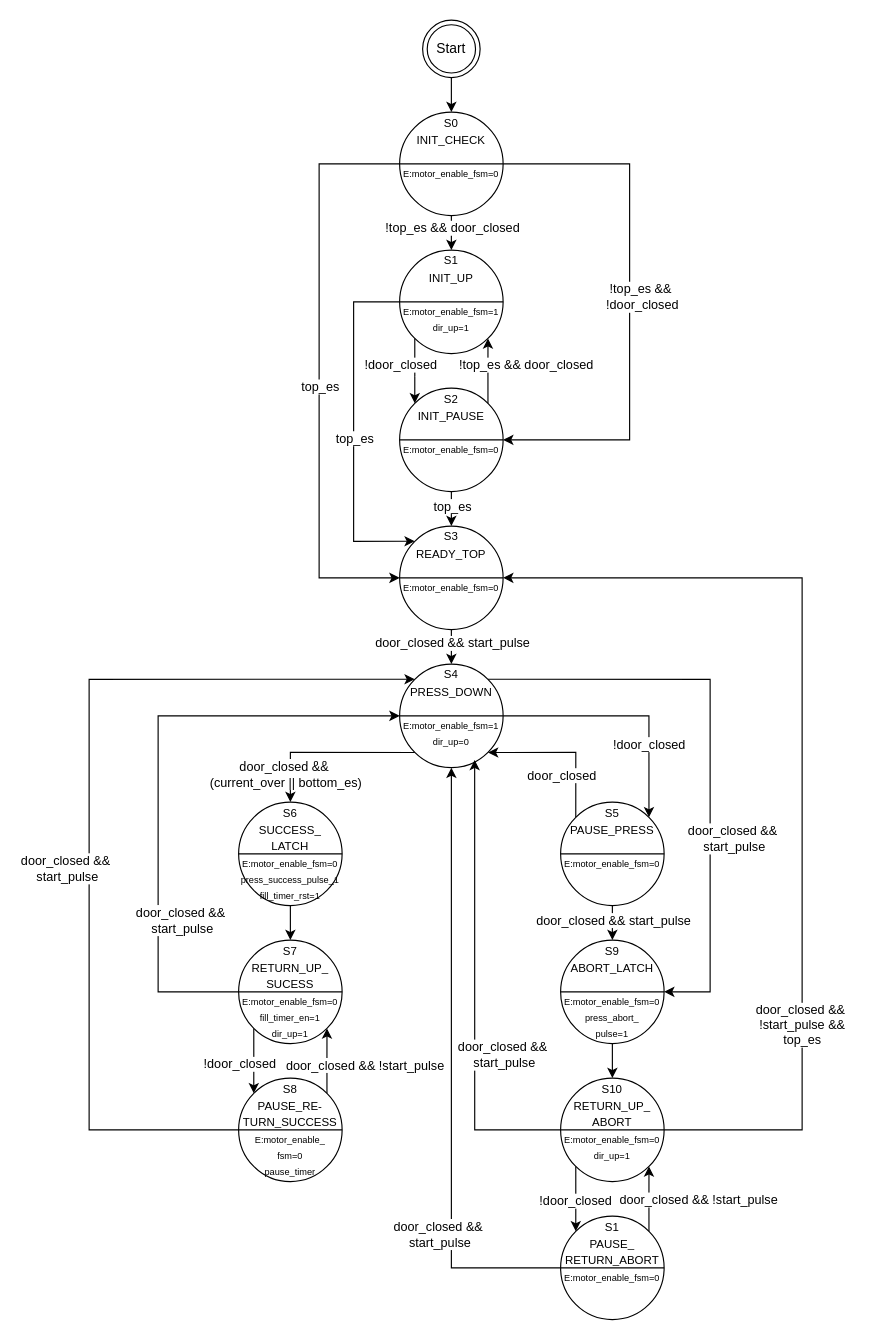
This is diagrams/state diagram Papppresse.drawio from niklasdathe/Papppresse, a draw.io file, before an edit. Source tidied: cells renumbered, new cells numbered last; positions are measured from the earlier drawing's top-left corner, leaving out a move shared by most shapes. Both pictures are drawn from the tidied source at 115%, with x=0, y=0 at pixel (89, 20).
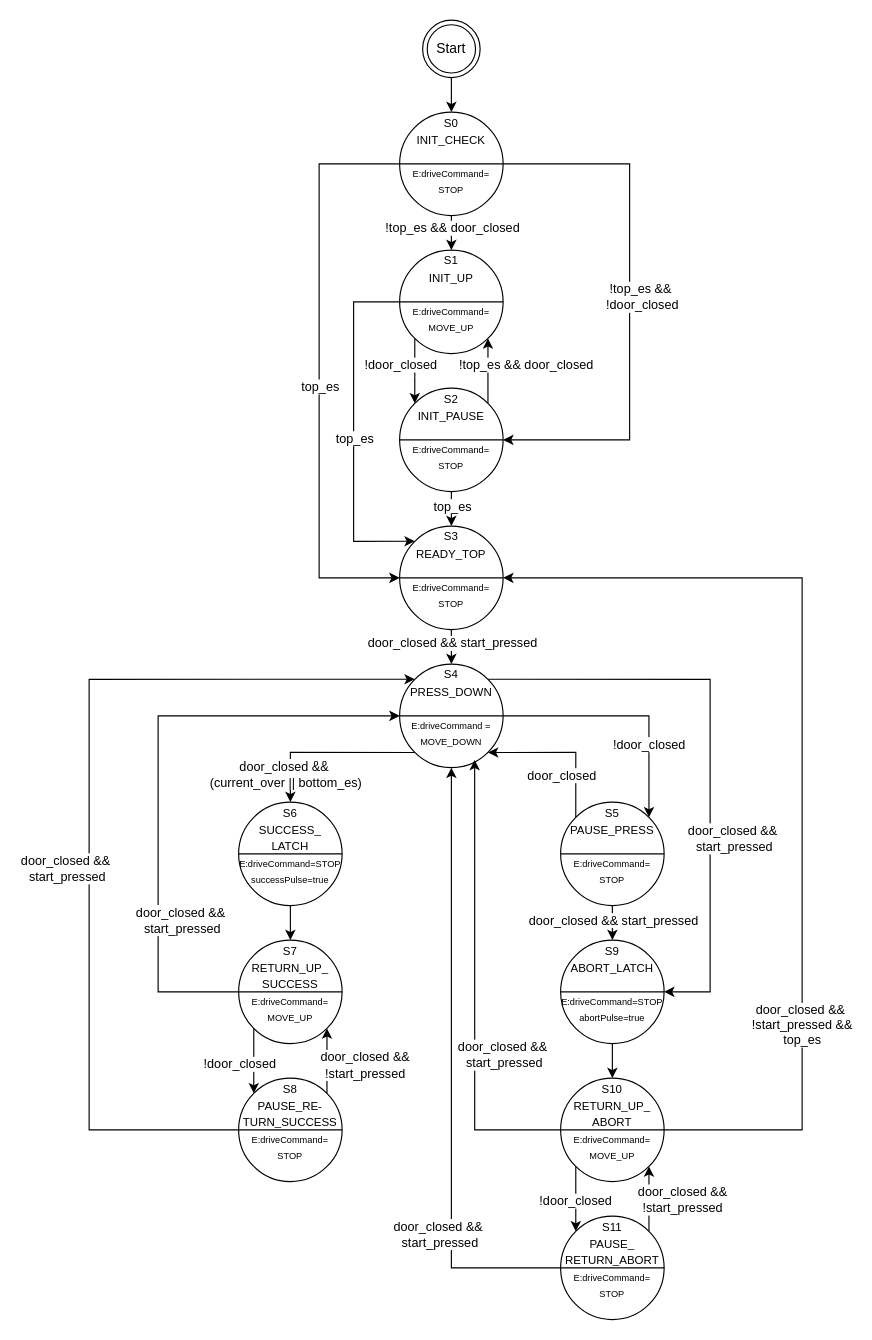
Above is the later version.

Unchanged cells that the change refers to:
```xml
<mxCell id="4" style="group;" parent="1" vertex="1">
  <mxGeometry x="270" y="80" width="90" height="90" as="geometry" />
</mxCell>
<mxCell id="7" style="group;" parent="1" vertex="1">
  <mxGeometry x="270" y="200" width="90" height="90" as="geometry" />
</mxCell>
<mxCell id="12" style="group;" parent="1" vertex="1">
  <mxGeometry x="270" y="320" width="90" height="90" as="geometry" />
</mxCell>
<mxCell id="21" style="group;" parent="1" vertex="1">
  <mxGeometry x="270" y="440" width="90" height="90" as="geometry" />
</mxCell>
<mxCell id="30" style="group;" parent="1" vertex="1">
  <mxGeometry x="270" y="560" width="90" height="90" as="geometry" />
</mxCell>
<mxCell id="33" style="edgeStyle=orthogonalEdgeStyle;rounded=0;jettySize=auto;html=1;exitX=0.5;exitY=1;exitDx=0;exitDy=0;entryX=0.5;entryY=0;entryDx=0;entryDy=0;" parent="1" edge="1" source="22" target="31">
  <mxGeometry relative="1" as="geometry" />
</mxCell>
<mxCell id="35" style="group;" parent="1" vertex="1">
  <mxGeometry x="410" y="680" width="90" height="90" as="geometry" />
</mxCell>
<mxCell id="42" style="group;" parent="1" vertex="1">
  <mxGeometry x="130" y="680" width="90" height="90" as="geometry" />
</mxCell>
<mxCell id="47" style="group;" parent="1" vertex="1">
  <mxGeometry x="130" y="800" width="90" height="90" as="geometry" />
</mxCell>
<mxCell id="51" style="edgeStyle=orthogonalEdgeStyle;rounded=0;jettySize=auto;html=1;exitX=0;exitY=0.5;exitDx=0;exitDy=0;entryX=0;entryY=0.5;entryDx=0;entryDy=0;" parent="1" edge="1" source="48" target="31">
  <mxGeometry relative="1" as="geometry">
    <Array as="points">
      <mxPoint x="60" y="845" />
      <mxPoint x="60" y="605" />
    </Array>
  </mxGeometry>
</mxCell>
<mxCell id="53" style="group;" parent="1" vertex="1">
  <mxGeometry x="130" y="920" width="90" height="90" as="geometry" />
</mxCell>
<mxCell id="58" style="edgeStyle=orthogonalEdgeStyle;rounded=0;jettySize=auto;html=1;exitX=1;exitY=0;exitDx=0;exitDy=0;entryX=1;entryY=1;entryDx=0;entryDy=0;" parent="1" edge="1" source="54" target="48">
  <mxGeometry relative="1" as="geometry" />
</mxCell>
<mxCell id="60" style="edgeStyle=orthogonalEdgeStyle;rounded=0;jettySize=auto;html=1;exitX=0;exitY=0.5;exitDx=0;exitDy=0;entryX=0;entryY=0;entryDx=0;entryDy=0;" parent="1" edge="1" source="54" target="31">
  <mxGeometry relative="1" as="geometry">
    <Array as="points">
      <mxPoint y="965" />
      <mxPoint y="573" />
    </Array>
  </mxGeometry>
</mxCell>
<mxCell id="62" style="group;" parent="1" vertex="1">
  <mxGeometry x="410" y="800" width="90" height="90" as="geometry" />
</mxCell>
<mxCell id="65" style="edgeStyle=orthogonalEdgeStyle;rounded=0;jettySize=auto;html=1;exitX=0.5;exitY=1;exitDx=0;exitDy=0;entryX=0.5;entryY=0;entryDx=0;entryDy=0;" parent="1" edge="1" source="36" target="63">
  <mxGeometry relative="1" as="geometry" />
</mxCell>
<mxCell id="67" style="edgeStyle=orthogonalEdgeStyle;rounded=0;jettySize=auto;html=1;exitX=1;exitY=0;exitDx=0;exitDy=0;entryX=1;entryY=0.5;entryDx=0;entryDy=0;" parent="1" edge="1" source="31" target="63">
  <mxGeometry relative="1" as="geometry">
    <Array as="points">
      <mxPoint x="540" y="573" />
      <mxPoint x="540" y="845" />
    </Array>
  </mxGeometry>
</mxCell>
<mxCell id="69" style="group;" parent="1" vertex="1">
  <mxGeometry x="410" y="920" width="90" height="90" as="geometry" />
</mxCell>
<mxCell id="72" style="group;" parent="1" vertex="1">
  <mxGeometry x="410" y="1040" width="90" height="90" as="geometry" />
</mxCell>
<mxCell id="78" style="edgeStyle=orthogonalEdgeStyle;rounded=0;jettySize=auto;html=1;exitX=1;exitY=0;exitDx=0;exitDy=0;entryX=1;entryY=1;entryDx=0;entryDy=0;" parent="1" edge="1" source="73" target="70">
  <mxGeometry relative="1" as="geometry" />
</mxCell>
<mxCell id="80" style="edgeStyle=orthogonalEdgeStyle;rounded=0;jettySize=auto;html=1;exitX=0;exitY=0.5;exitDx=0;exitDy=0;entryX=0.5;entryY=1;entryDx=0;entryDy=0;" parent="1" edge="1" source="73" target="31">
  <mxGeometry relative="1" as="geometry">
    <Array as="points">
      <mxPoint x="315" y="1085" />
    </Array>
  </mxGeometry>
</mxCell>
<mxCell id="82" style="edgeStyle=orthogonalEdgeStyle;rounded=0;jettySize=auto;html=1;exitX=0;exitY=0.5;exitDx=0;exitDy=0;entryX=0.725;entryY=0.926;entryDx=0;entryDy=0;entryPerimeter=0;" parent="1" edge="1" source="70" target="31">
  <mxGeometry relative="1" as="geometry" />
</mxCell>
<mxCell id="84" style="edgeStyle=orthogonalEdgeStyle;rounded=0;jettySize=auto;html=1;exitX=1;exitY=0.5;exitDx=0;exitDy=0;entryX=1;entryY=0.5;entryDx=0;entryDy=0;" parent="1" edge="1" source="70" target="22">
  <mxGeometry relative="1" as="geometry">
    <Array as="points">
      <mxPoint x="620" y="965" />
      <mxPoint x="620" y="485" />
    </Array>
  </mxGeometry>
</mxCell>
```

Diff of the diagram source:
```diff
@@
-    <mxCell id="5" value="&lt;font style=&quot;font-size: 10px;&quot;&gt;S0&lt;br&gt;INIT_CHECK&lt;/font&gt;&lt;div&gt;&lt;font style=&quot;font-size: 8px;&quot;&gt;&lt;br&gt;&lt;/font&gt;&lt;/div&gt;&lt;div&gt;&lt;font style=&quot;font-size: 8px;&quot;&gt;E:motor_enable_fsm=0&lt;br&gt;&lt;br&gt;&lt;/font&gt;&lt;/div&gt;&lt;div&gt;&lt;font style=&quot;font-size: 8px;&quot;&gt;&lt;br&gt;&lt;/font&gt;&lt;/div&gt;" style="shape=ellipse;html=1;dashed=0;whiteSpace=wrap;perimeter=ellipsePerimeter;" parent="4" vertex="1">
+    <mxCell id="5" value="&lt;font style=&quot;font-size: 10px;&quot;&gt;S0&lt;br&gt;INIT_CHECK&lt;/font&gt;&lt;div&gt;&lt;font style=&quot;font-size: 8px;&quot;&gt;&lt;br&gt;&lt;/font&gt;&lt;/div&gt;&lt;div&gt;&lt;font style=&quot;font-size: 8px;&quot;&gt;E:driveCommand=&lt;/font&gt;&lt;/div&gt;&lt;div&gt;&lt;span style=&quot;font-size: 8px; background-color: transparent; color: light-dark(rgb(0, 0, 0), rgb(255, 255, 255));&quot;&gt;STOP&lt;/span&gt;&lt;/div&gt;&lt;div&gt;&lt;font style=&quot;font-size: 8px;&quot;&gt;&lt;br&gt;&lt;/font&gt;&lt;/div&gt;" style="shape=ellipse;html=1;dashed=0;whiteSpace=wrap;perimeter=ellipsePerimeter;" parent="4" vertex="1">
       <mxGeometry width="90" height="90" as="geometry" />
     </mxCell>
@@
-    <mxCell id="8" value="&lt;font style=&quot;font-size: 10px;&quot;&gt;S1&lt;br&gt;INIT_UP&lt;/font&gt;&lt;div&gt;&lt;span style=&quot;font-size: 10px;&quot;&gt;&lt;br&gt;&lt;/span&gt;&lt;div&gt;&lt;font style=&quot;font-size: 8px;&quot;&gt;E:motor_enable_fsm=1&lt;br&gt;dir_up=1&lt;br&gt;&lt;br&gt;&lt;/font&gt;&lt;/div&gt;&lt;/div&gt;" style="shape=ellipse;html=1;dashed=0;whiteSpace=wrap;perimeter=ellipsePerimeter;" parent="7" vertex="1">
+    <mxCell id="8" value="&lt;font style=&quot;font-size: 10px;&quot;&gt;S1&lt;br&gt;INIT_UP&lt;/font&gt;&lt;div&gt;&lt;span style=&quot;font-size: 10px;&quot;&gt;&lt;br&gt;&lt;/span&gt;&lt;div&gt;&lt;font style=&quot;font-size: 8px;&quot;&gt;E:driveCommand=&lt;/font&gt;&lt;/div&gt;&lt;div&gt;&lt;font style=&quot;font-size: 8px;&quot;&gt;MOVE_UP&lt;br&gt;&lt;/font&gt;&lt;/div&gt;&lt;/div&gt;&lt;div&gt;&lt;font style=&quot;font-size: 8px;&quot;&gt;&lt;br&gt;&lt;/font&gt;&lt;/div&gt;" style="shape=ellipse;html=1;dashed=0;whiteSpace=wrap;perimeter=ellipsePerimeter;" parent="7" vertex="1">
       <mxGeometry width="90" height="90" as="geometry" />
     </mxCell>
@@
-    <mxCell id="13" value="&lt;font style=&quot;font-size: 10px;&quot;&gt;S2&lt;br&gt;INIT_PAUSE&lt;/font&gt;&lt;div&gt;&lt;font style=&quot;font-size: 8px;&quot;&gt;&lt;br&gt;&lt;/font&gt;&lt;/div&gt;&lt;div&gt;&lt;font style=&quot;font-size: 8px;&quot;&gt;E:motor_enable_fsm=0&lt;br&gt;&lt;br&gt;&lt;/font&gt;&lt;/div&gt;&lt;div&gt;&lt;font style=&quot;font-size: 8px;&quot;&gt;&lt;br&gt;&lt;/font&gt;&lt;/div&gt;" style="shape=ellipse;html=1;dashed=0;whiteSpace=wrap;perimeter=ellipsePerimeter;" parent="12" vertex="1">
+    <mxCell id="13" value="&lt;font style=&quot;font-size: 10px;&quot;&gt;S2&lt;br&gt;INIT_PAUSE&lt;/font&gt;&lt;div&gt;&lt;br&gt;&lt;/div&gt;&lt;div&gt;&lt;span style=&quot;font-size: 8px; background-color: transparent; color: light-dark(rgb(0, 0, 0), rgb(255, 255, 255));&quot;&gt;E:driveCommand=&lt;/span&gt;&lt;/div&gt;&lt;div&gt;&lt;span style=&quot;font-size: 8px; background-color: transparent; color: light-dark(rgb(0, 0, 0), rgb(255, 255, 255));&quot;&gt;STOP&lt;/span&gt;&lt;/div&gt;&lt;div&gt;&lt;font style=&quot;font-size: 8px;&quot;&gt;&lt;br&gt;&lt;/font&gt;&lt;/div&gt;" style="shape=ellipse;html=1;dashed=0;whiteSpace=wrap;perimeter=ellipsePerimeter;" parent="12" vertex="1">
       <mxGeometry width="90" height="90" as="geometry" />
     </mxCell>
@@
-    <mxCell id="22" value="&lt;font style=&quot;font-size: 10px;&quot;&gt;S3&lt;br&gt;READY_TOP&lt;/font&gt;&lt;div&gt;&lt;font style=&quot;font-size: 8px;&quot;&gt;&lt;br&gt;&lt;/font&gt;&lt;/div&gt;&lt;div&gt;&lt;font style=&quot;font-size: 8px;&quot;&gt;E:motor_enable_fsm=0&lt;br&gt;&lt;br&gt;&lt;/font&gt;&lt;/div&gt;&lt;div&gt;&lt;font style=&quot;font-size: 8px;&quot;&gt;&lt;br&gt;&lt;/font&gt;&lt;/div&gt;" style="shape=ellipse;html=1;dashed=0;whiteSpace=wrap;perimeter=ellipsePerimeter;" parent="21" vertex="1">
+    <mxCell id="22" value="&lt;font style=&quot;font-size: 10px;&quot;&gt;S3&lt;br&gt;READY_TOP&lt;/font&gt;&lt;div&gt;&lt;font style=&quot;font-size: 8px;&quot;&gt;&lt;br&gt;&lt;/font&gt;&lt;/div&gt;&lt;div&gt;&lt;font style=&quot;font-size: 8px;&quot;&gt;E:driveCommand=&lt;/font&gt;&lt;/div&gt;&lt;div&gt;&lt;font style=&quot;font-size: 8px;&quot;&gt;STOP&lt;/font&gt;&lt;/div&gt;&lt;div&gt;&lt;font style=&quot;font-size: 8px;&quot;&gt;&lt;br&gt;&lt;/font&gt;&lt;/div&gt;" style="shape=ellipse;html=1;dashed=0;whiteSpace=wrap;perimeter=ellipsePerimeter;" parent="21" vertex="1">
       <mxGeometry width="90" height="90" as="geometry" />
     </mxCell>
@@
-    <mxCell id="31" value="&lt;font style=&quot;font-size: 10px;&quot;&gt;S4&lt;br&gt;PRESS_DOWN&lt;/font&gt;&lt;div&gt;&lt;font style=&quot;font-size: 8px;&quot;&gt;&lt;br&gt;&lt;/font&gt;&lt;/div&gt;&lt;div&gt;&lt;font style=&quot;font-size: 8px;&quot;&gt;E:motor_enable_fsm=1&lt;/font&gt;&lt;/div&gt;&lt;div&gt;&lt;font style=&quot;font-size: 8px;&quot;&gt;dir_up=0&lt;br&gt;&lt;br&gt;&lt;/font&gt;&lt;/div&gt;" style="shape=ellipse;html=1;dashed=0;whiteSpace=wrap;perimeter=ellipsePerimeter;" parent="30" vertex="1">
+    <mxCell id="31" value="&lt;font style=&quot;font-size: 10px;&quot;&gt;S4&lt;br&gt;PRESS_DOWN&lt;/font&gt;&lt;div&gt;&lt;font style=&quot;font-size: 8px;&quot;&gt;&lt;br&gt;&lt;/font&gt;&lt;/div&gt;&lt;div&gt;&lt;font style=&quot;font-size: 8px;&quot;&gt;E:&lt;/font&gt;&lt;span style=&quot;background-color: transparent; font-size: 8px;&quot;&gt;driveCommand = MOVE_DOWN&lt;/span&gt;&lt;/div&gt;&lt;div&gt;&lt;font style=&quot;font-size: 8px;&quot;&gt;&lt;br&gt;&lt;/font&gt;&lt;/div&gt;" style="shape=ellipse;html=1;dashed=0;whiteSpace=wrap;perimeter=ellipsePerimeter;" parent="30" vertex="1">
       <mxGeometry width="90" height="90" as="geometry" />
     </mxCell>
@@
-    <mxCell id="34" value="door_closed &amp;amp;&amp;amp; start_pulse" style="edgeLabel;html=1;align=center;verticalAlign=middle;" parent="33" vertex="1">
+    <mxCell id="34" value="door_closed &amp;amp;&amp;amp; start_pressed" style="edgeLabel;html=1;align=center;verticalAlign=middle;" parent="33" vertex="1">
       <mxGeometry x="-0.24" relative="1" as="geometry" />
     </mxCell>
@@
-    <mxCell id="36" value="&lt;font style=&quot;font-size: 10px;&quot;&gt;S5&lt;br&gt;PAUSE_PRESS&lt;/font&gt;&lt;div&gt;&lt;font style=&quot;font-size: 8px;&quot;&gt;&lt;br&gt;&lt;/font&gt;&lt;/div&gt;&lt;div&gt;&lt;font style=&quot;font-size: 8px;&quot;&gt;E:motor_enable_fsm=0&lt;br&gt;&lt;br&gt;&lt;/font&gt;&lt;/div&gt;&lt;div&gt;&lt;font style=&quot;font-size: 8px;&quot;&gt;&lt;br&gt;&lt;/font&gt;&lt;/div&gt;" style="shape=ellipse;html=1;dashed=0;whiteSpace=wrap;perimeter=ellipsePerimeter;" parent="35" vertex="1">
+    <mxCell id="36" value="&lt;font style=&quot;font-size: 10px;&quot;&gt;S5&lt;br&gt;PAUSE_PRESS&lt;/font&gt;&lt;div&gt;&lt;font style=&quot;font-size: 8px;&quot;&gt;&lt;br&gt;&lt;/font&gt;&lt;/div&gt;&lt;div&gt;&lt;font style=&quot;font-size: 8px;&quot;&gt;E:driveCommand=&lt;br&gt;STOP&lt;br&gt;&lt;/font&gt;&lt;/div&gt;&lt;div&gt;&lt;br&gt;&lt;/div&gt;" style="shape=ellipse;html=1;dashed=0;whiteSpace=wrap;perimeter=ellipsePerimeter;" parent="35" vertex="1">
       <mxGeometry width="90" height="90" as="geometry" />
     </mxCell>
@@
-    <mxCell id="43" value="&lt;font style=&quot;font-size: 10px;&quot;&gt;S6&lt;br&gt;SUCCESS_&lt;/font&gt;&lt;div&gt;&lt;font style=&quot;font-size: 10px;&quot;&gt;LATCH&lt;/font&gt;&lt;div&gt;&lt;font style=&quot;font-size: 8px;&quot;&gt;E:motor_enable_fsm=0&lt;/font&gt;&lt;/div&gt;&lt;div&gt;&lt;font style=&quot;font-size: 8px;&quot;&gt;press_success_pulse_1&lt;br&gt;fill_timer_rst=1&lt;/font&gt;&lt;/div&gt;&lt;/div&gt;" style="shape=ellipse;html=1;dashed=0;whiteSpace=wrap;perimeter=ellipsePerimeter;" parent="42" vertex="1">
+    <mxCell id="43" value="&lt;font style=&quot;font-size: 10px;&quot;&gt;S6&lt;br&gt;SUCCESS_&lt;/font&gt;&lt;div&gt;&lt;font style=&quot;font-size: 10px;&quot;&gt;LATCH&lt;/font&gt;&lt;/div&gt;&lt;div&gt;&lt;span style=&quot;font-size: 8px;&quot;&gt;E:driveCommand=STOP&lt;br&gt;successPulse=&lt;/span&gt;&lt;span style=&quot;font-size: 8px; background-color: transparent; color: light-dark(rgb(0, 0, 0), rgb(255, 255, 255));&quot;&gt;true&lt;/span&gt;&lt;/div&gt;&lt;div&gt;&lt;div&gt;&lt;br&gt;&lt;/div&gt;&lt;/div&gt;" style="shape=ellipse;html=1;dashed=0;whiteSpace=wrap;perimeter=ellipsePerimeter;" parent="42" vertex="1">
       <mxGeometry width="90" height="90" as="geometry" />
     </mxCell>
@@
-    <mxCell id="48" value="&lt;font style=&quot;font-size: 10px;&quot;&gt;S7&lt;br&gt;RETURN_UP_&lt;br&gt;SUCESS&lt;/font&gt;&lt;div&gt;&lt;div&gt;&lt;font style=&quot;font-size: 8px;&quot;&gt;E:motor_enable_fsm=0&lt;br&gt;fill_timer_en=1&lt;/font&gt;&lt;/div&gt;&lt;/div&gt;&lt;div&gt;&lt;font style=&quot;font-size: 8px;&quot;&gt;dir_up=1&lt;/font&gt;&lt;/div&gt;" style="shape=ellipse;html=1;dashed=0;whiteSpace=wrap;perimeter=ellipsePerimeter;" parent="47" vertex="1">
+    <mxCell id="48" value="&lt;font style=&quot;font-size: 10px;&quot;&gt;S7&lt;br&gt;RETURN_UP_&lt;br&gt;SUCCESS&lt;/font&gt;&lt;div&gt;&lt;span style=&quot;font-size: 8px;&quot;&gt;E:driveCommand=&lt;/span&gt;&lt;/div&gt;&lt;div&gt;&lt;span style=&quot;font-size: 8px;&quot;&gt;MOVE_UP&lt;/span&gt;&lt;/div&gt;&lt;div&gt;&lt;span style=&quot;font-size: 8px;&quot;&gt;&lt;br&gt;&lt;/span&gt;&lt;/div&gt;" style="shape=ellipse;html=1;dashed=0;whiteSpace=wrap;perimeter=ellipsePerimeter;" parent="47" vertex="1">
       <mxGeometry width="90" height="90" as="geometry" />
     </mxCell>
@@
-    <mxCell id="52" value="door_closed &amp;amp;&amp;amp;&amp;nbsp;&lt;div&gt;start_pulse&lt;/div&gt;" style="edgeLabel;html=1;align=center;verticalAlign=middle;" parent="51" vertex="1">
+    <mxCell id="52" value="door_closed &amp;amp;&amp;amp;&amp;nbsp;&lt;div&gt;start_pressed&lt;/div&gt;" style="edgeLabel;html=1;align=center;verticalAlign=middle;" parent="51" vertex="1">
       <mxGeometry x="-0.43" relative="1" as="geometry">
         <mxPoint x="20" y="15" as="offset" />
       </mxGeometry>
     </mxCell>
@@
-    <mxCell id="54" value="&lt;font style=&quot;font-size: 10px;&quot;&gt;S8&lt;br&gt;PAUSE_RE-&lt;br&gt;TURN_SUCCESS&lt;/font&gt;&lt;div&gt;&lt;font style=&quot;font-size: 8px;&quot;&gt;E:motor_enable_&lt;/font&gt;&lt;/div&gt;&lt;div&gt;&lt;font style=&quot;font-size: 8px;&quot;&gt;fsm=0&lt;br&gt;pause_timer&lt;/font&gt;&lt;/div&gt;" style="shape=ellipse;html=1;dashed=0;whiteSpace=wrap;perimeter=ellipsePerimeter;" parent="53" vertex="1">
+    <mxCell id="54" value="&lt;font style=&quot;font-size: 10px;&quot;&gt;S8&lt;br&gt;PAUSE_RE-&lt;br&gt;TURN_SUCCESS&lt;/font&gt;&lt;div&gt;&lt;span style=&quot;font-size: 8px;&quot;&gt;E:driveCommand=&lt;/span&gt;&lt;/div&gt;&lt;div&gt;&lt;span style=&quot;font-size: 8px;&quot;&gt;STOP&lt;/span&gt;&lt;/div&gt;&lt;div&gt;&lt;font style=&quot;font-size: 8px;&quot;&gt;&lt;br&gt;&lt;/font&gt;&lt;/div&gt;" style="shape=ellipse;html=1;dashed=0;whiteSpace=wrap;perimeter=ellipsePerimeter;" parent="53" vertex="1">
       <mxGeometry width="90" height="90" as="geometry" />
     </mxCell>
@@
-    <mxCell id="59" value="door_closed &amp;amp;&amp;amp; !start_pulse" style="edgeLabel;html=1;align=center;verticalAlign=middle;" parent="58" vertex="1">
+    <mxCell id="59" value="door_closed &amp;amp;&amp;amp; &lt;br&gt;!start_pressed" style="edgeLabel;html=1;align=center;verticalAlign=middle;" parent="58" vertex="1">
       <mxGeometry x="0.1" relative="1" as="geometry">
         <mxPoint x="33" as="offset" />
       </mxGeometry>
     </mxCell>
@@
-    <mxCell id="61" value="door_closed &amp;amp;&amp;amp;&amp;nbsp;&lt;div&gt;start_pulse&lt;/div&gt;" style="edgeLabel;html=1;align=center;verticalAlign=middle;" parent="60" vertex="1">
+    <mxCell id="61" value="door_closed &amp;amp;&amp;amp;&amp;nbsp;&lt;div&gt;start_pressed&lt;/div&gt;" style="edgeLabel;html=1;align=center;verticalAlign=middle;" parent="60" vertex="1">
       <mxGeometry x="-0.11" y="-1" relative="1" as="geometry">
         <mxPoint x="-21" as="offset" />
       </mxGeometry>
     </mxCell>
@@
-    <mxCell id="63" value="&lt;font style=&quot;font-size: 10px;&quot;&gt;S9&lt;br&gt;ABORT_LATCH&lt;/font&gt;&lt;div&gt;&lt;font style=&quot;font-size: 8px;&quot;&gt;&lt;br&gt;&lt;/font&gt;&lt;/div&gt;&lt;div&gt;&lt;font style=&quot;font-size: 8px;&quot;&gt;E:motor_enable_fsm=0&lt;br&gt;press_abort_&lt;br&gt;pulse=1&lt;/font&gt;&lt;/div&gt;" style="shape=ellipse;html=1;dashed=0;whiteSpace=wrap;perimeter=ellipsePerimeter;" parent="62" vertex="1">
+    <mxCell id="63" value="&lt;font style=&quot;font-size: 10px;&quot;&gt;S9&lt;br&gt;ABORT_LATCH&lt;/font&gt;&lt;div&gt;&lt;font style=&quot;font-size: 8px;&quot;&gt;&lt;br&gt;&lt;/font&gt;&lt;/div&gt;&lt;span style=&quot;font-size: 8px;&quot;&gt;E:driveCommand=STOP&lt;/span&gt;&lt;br style=&quot;font-size: 8px;&quot;&gt;&lt;div&gt;&lt;span style=&quot;font-size: 8px;&quot;&gt;abortPulse=true&lt;/span&gt;&lt;/div&gt;&lt;div&gt;&lt;span style=&quot;font-size: 8px;&quot;&gt;&lt;br&gt;&lt;/span&gt;&lt;/div&gt;" style="shape=ellipse;html=1;dashed=0;whiteSpace=wrap;perimeter=ellipsePerimeter;" parent="62" vertex="1">
       <mxGeometry width="90" height="90" as="geometry" />
     </mxCell>
@@
-    <mxCell id="66" value="door_closed &amp;amp;&amp;amp; start_pulse" style="edgeLabel;html=1;align=center;verticalAlign=middle;" parent="65" vertex="1">
+    <mxCell id="66" value="door_closed &amp;amp;&amp;amp; start_pressed" style="edgeLabel;html=1;align=center;verticalAlign=middle;" parent="65" vertex="1">
       <mxGeometry x="-0.17" relative="1" as="geometry" />
     </mxCell>
@@
-    <mxCell id="68" value="door_closed &amp;amp;&amp;amp;&amp;nbsp;&lt;div&gt;start_pulse&lt;/div&gt;" style="edgeLabel;html=1;align=center;verticalAlign=middle;" parent="67" vertex="1">
+    <mxCell id="68" value="door_closed &amp;amp;&amp;amp;&amp;nbsp;&lt;div&gt;start_pressed&lt;/div&gt;" style="edgeLabel;html=1;align=center;verticalAlign=middle;" parent="67" vertex="1">
       <mxGeometry x="0.25" relative="1" as="geometry">
         <mxPoint x="20" y="15" as="offset" />
       </mxGeometry>
     </mxCell>
@@
-    <mxCell id="70" value="&lt;font style=&quot;font-size: 10px;&quot;&gt;S10&lt;br&gt;RETURN_UP_&lt;br&gt;ABORT&lt;/font&gt;&lt;div&gt;&lt;font style=&quot;font-size: 8px;&quot;&gt;E:motor_enable_fsm=0&lt;br&gt;dir_up=1&lt;/font&gt;&lt;/div&gt;&lt;div&gt;&lt;font style=&quot;font-size: 8px;&quot;&gt;&lt;br&gt;&lt;/font&gt;&lt;/div&gt;" style="shape=ellipse;html=1;dashed=0;whiteSpace=wrap;perimeter=ellipsePerimeter;" parent="69" vertex="1">
+    <mxCell id="70" value="&lt;font style=&quot;font-size: 10px;&quot;&gt;S10&lt;br&gt;RETURN_UP_&lt;br&gt;ABORT&lt;br&gt;&lt;/font&gt;&lt;span style=&quot;font-size: 8px;&quot;&gt;E:driveCommand= MOVE_UP&lt;/span&gt;&lt;div&gt;&lt;font style=&quot;font-size: 8px;&quot;&gt;&lt;br&gt;&lt;/font&gt;&lt;/div&gt;" style="shape=ellipse;html=1;dashed=0;whiteSpace=wrap;perimeter=ellipsePerimeter;" parent="69" vertex="1">
       <mxGeometry width="90" height="90" as="geometry" />
     </mxCell>
@@
-    <mxCell id="73" value="&lt;font style=&quot;font-size: 10px;&quot;&gt;S1&lt;br&gt;PAUSE_&lt;br&gt;RETURN_ABORT&lt;/font&gt;&lt;div&gt;&lt;font style=&quot;font-size: 8px;&quot;&gt;E:motor_enable_fsm=0&lt;br&gt;&lt;/font&gt;&lt;/div&gt;&lt;div&gt;&lt;font style=&quot;font-size: 8px;&quot;&gt;&lt;br&gt;&lt;/font&gt;&lt;/div&gt;&lt;div&gt;&lt;font style=&quot;font-size: 8px;&quot;&gt;&lt;br&gt;&lt;/font&gt;&lt;/div&gt;" style="shape=ellipse;html=1;dashed=0;whiteSpace=wrap;perimeter=ellipsePerimeter;" parent="72" vertex="1">
+    <mxCell id="73" value="&lt;font style=&quot;font-size: 10px;&quot;&gt;S11&lt;br&gt;PAUSE_&lt;br&gt;RETURN_ABORT&lt;/font&gt;&lt;div&gt;&lt;span style=&quot;font-size: 8px;&quot;&gt;E:driveCommand=&lt;/span&gt;&lt;/div&gt;&lt;div&gt;&lt;span style=&quot;font-size: 8px;&quot;&gt;STOP&lt;/span&gt;&lt;/div&gt;&lt;div&gt;&lt;font style=&quot;font-size: 8px;&quot;&gt;&lt;br&gt;&lt;/font&gt;&lt;/div&gt;" style="shape=ellipse;html=1;dashed=0;whiteSpace=wrap;perimeter=ellipsePerimeter;" parent="72" vertex="1">
       <mxGeometry width="90" height="90" as="geometry" />
     </mxCell>
@@
-    <mxCell id="79" value="door_closed &amp;amp;&amp;amp; !start_pulse" style="edgeLabel;html=1;align=center;verticalAlign=middle;" parent="78" vertex="1">
+    <mxCell id="79" value="door_closed &amp;amp;&amp;amp; &lt;br&gt;!start_pressed" style="edgeLabel;html=1;align=center;verticalAlign=middle;" parent="78" vertex="1">
       <mxGeometry x="0.27" relative="1" as="geometry">
-        <mxPoint x="43" as="offset" />
+        <mxPoint x="29" as="offset" />
       </mxGeometry>
     </mxCell>
@@
-    <mxCell id="81" value="door_closed &amp;amp;&amp;amp;&amp;nbsp;&lt;div&gt;start_pulse&lt;/div&gt;" style="edgeLabel;html=1;align=center;verticalAlign=middle;" parent="80" vertex="1">
+    <mxCell id="81" value="door_closed &amp;amp;&amp;amp;&amp;nbsp;&lt;div&gt;start_pressed&lt;/div&gt;" style="edgeLabel;html=1;align=center;verticalAlign=middle;" parent="80" vertex="1">
       <mxGeometry x="-0.41" y="-1" relative="1" as="geometry">
         <mxPoint x="-12" y="31" as="offset" />
       </mxGeometry>
     </mxCell>
@@
-    <mxCell id="83" value="door_closed &amp;amp;&amp;amp;&amp;nbsp;&lt;div&gt;start_pulse&lt;/div&gt;" style="edgeLabel;html=1;align=center;verticalAlign=middle;" parent="82" vertex="1">
+    <mxCell id="83" value="door_closed &amp;amp;&amp;amp;&amp;nbsp;&lt;div&gt;start_pressed&lt;/div&gt;" style="edgeLabel;html=1;align=center;verticalAlign=middle;" parent="82" vertex="1">
       <mxGeometry x="-0.1" y="-1" relative="1" as="geometry">
         <mxPoint x="24" y="38" as="offset" />
       </mxGeometry>
     </mxCell>
@@
-    <mxCell id="85" value="door_closed &amp;amp;&amp;amp;&amp;nbsp;&lt;br&gt;!start_pulse &amp;amp;&amp;amp;&lt;div&gt;top_es&lt;/div&gt;" style="edgeLabel;html=1;align=center;verticalAlign=middle;" parent="84" vertex="1">
+    <mxCell id="85" value="door_closed &amp;amp;&amp;amp;&amp;nbsp;&lt;br&gt;!start_pressed &amp;amp;&amp;amp;&lt;div&gt;top_es&lt;/div&gt;" style="edgeLabel;html=1;align=center;verticalAlign=middle;" parent="84" vertex="1">
       <mxGeometry x="0.15" y="1" relative="1" as="geometry">
         <mxPoint y="282" as="offset" />
       </mxGeometry>
     </mxCell>
```
